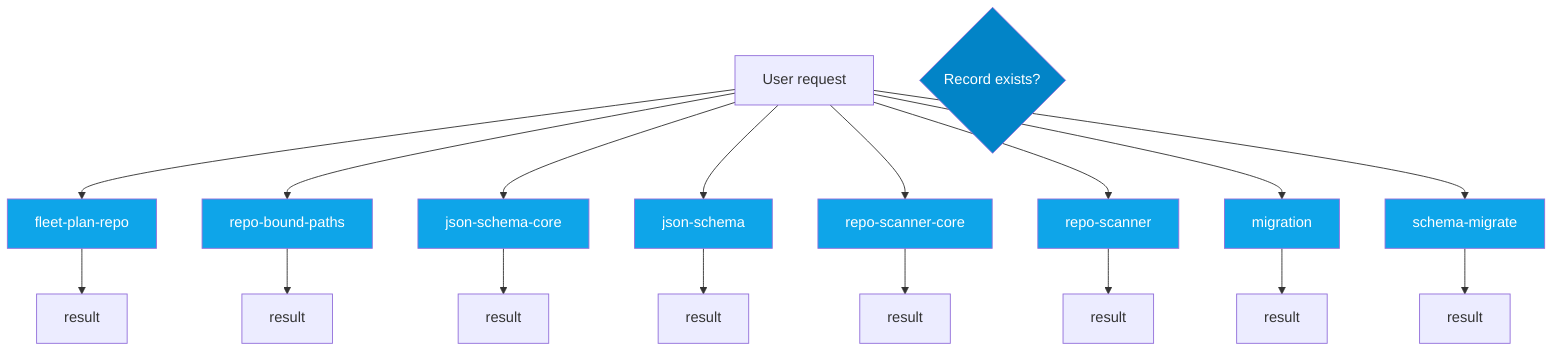
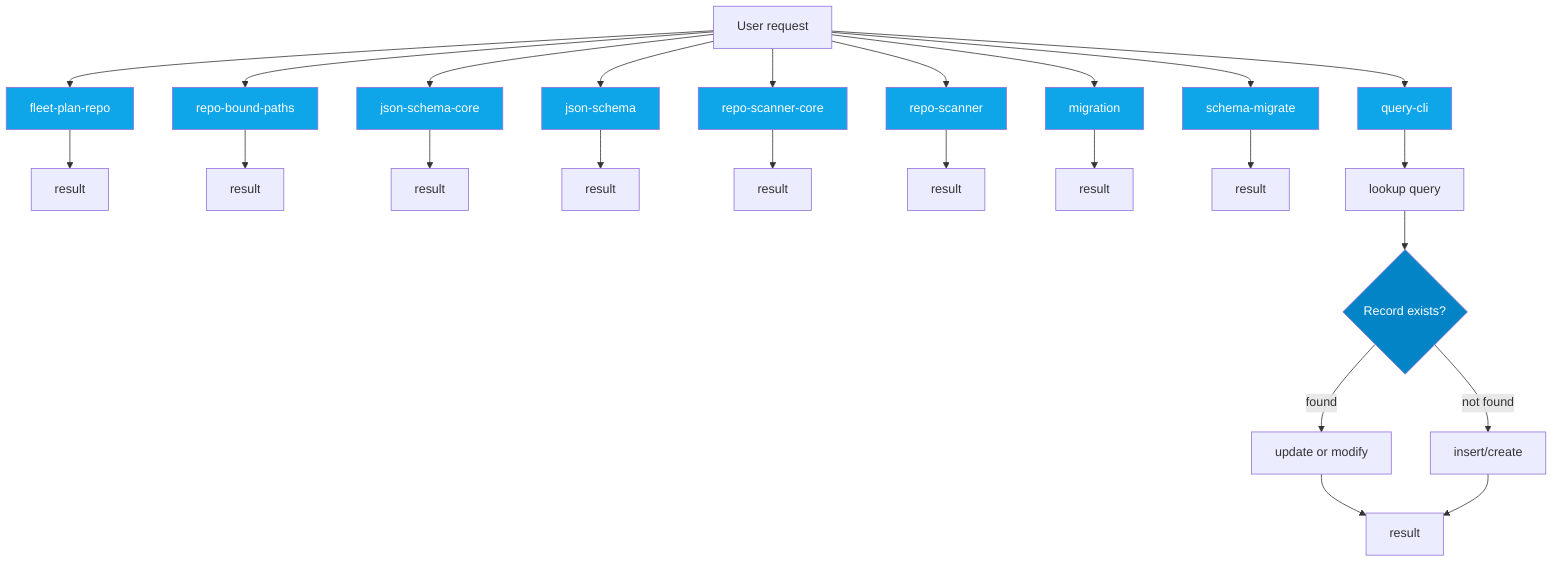
flowchart TD
  UserRequest["User request"]
  Decision{Record exists?}
  fleet_plan_repo_ecdc6499["fleet-plan-repo"]
  UserRequest --> fleet_plan_repo_ecdc6499
  fleet_plan_repo_ecdc6499 --> fleet_plan_repo_ecdc6499_result["result"]
  repo_bound_paths_e218b5b3["repo-bound-paths"]
  UserRequest --> repo_bound_paths_e218b5b3
  repo_bound_paths_e218b5b3 --> repo_bound_paths_e218b5b3_result["result"]
  json_schema_core_96d7e328["json-schema-core"]
  UserRequest --> json_schema_core_96d7e328
  json_schema_core_96d7e328 --> json_schema_core_96d7e328_result["result"]
  json_schema_74a768d7["json-schema"]
  UserRequest --> json_schema_74a768d7
  json_schema_74a768d7 --> json_schema_74a768d7_result["result"]
  repo_scanner_core_8e9f7646["repo-scanner-core"]
  UserRequest --> repo_scanner_core_8e9f7646
  repo_scanner_core_8e9f7646 --> repo_scanner_core_8e9f7646_result["result"]
  repo_scanner_a8b2579e["repo-scanner"]
  UserRequest --> repo_scanner_a8b2579e
  repo_scanner_a8b2579e --> repo_scanner_a8b2579e_result["result"]
  migration_8a6cead4["migration"]
  UserRequest --> migration_8a6cead4
  migration_8a6cead4 --> migration_8a6cead4_result["result"]
  schema_migrate_c0646635["schema-migrate"]
  UserRequest --> schema_migrate_c0646635
  schema_migrate_c0646635 --> schema_migrate_c0646635_result["result"]
+   query_cli_b95be64d["query-cli"]
+   UserRequest --> query_cli_b95be64d
+   query_cli_b95be64d --> query_cli_b95be64d_lookup["lookup query"]
+   query_cli_b95be64d_lookup --> Decision
+   Decision -->|found| query_cli_b95be64d_update["update or modify"]
+   Decision -->|not found| query_cli_b95be64d_create["insert/create"]
+   query_cli_b95be64d_update --> query_cli_b95be64d_result["result"]
+   query_cli_b95be64d_create --> query_cli_b95be64d_result["result"]
  classDef dbNode fill:#0ea5e9,color:#fff
-   class fleet_plan_repo_ecdc6499,repo_bound_paths_e218b5b3,json_schema_core_96d7e328,json_schema_74a768d7,repo_scanner_core_8e9f7646,repo_scanner_a8b2579e,migration_8a6cead4,schema_migrate_c0646635 dbNode
+   class fleet_plan_repo_ecdc6499,repo_bound_paths_e218b5b3,json_schema_core_96d7e328,json_schema_74a768d7,repo_scanner_core_8e9f7646,repo_scanner_a8b2579e,migration_8a6cead4,schema_migrate_c0646635,query_cli_b95be64d dbNode
  classDef decisionNode fill:#0284c7,color:#fff
  class Decision decisionNode
